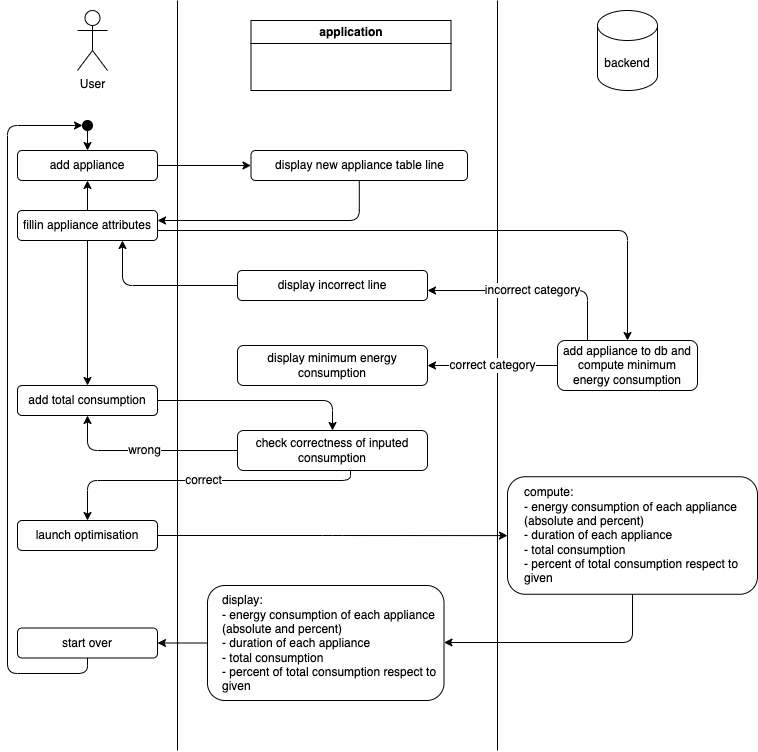
victorduthoit/wattsup keeps this draw.io diagram as docs/xp-use-case.png. Above is the earlier version. Source tidied: cells renumbered, new cells last; positions are measured from the earlier drawing's top-left corner, leaving out a move shared by most shapes.
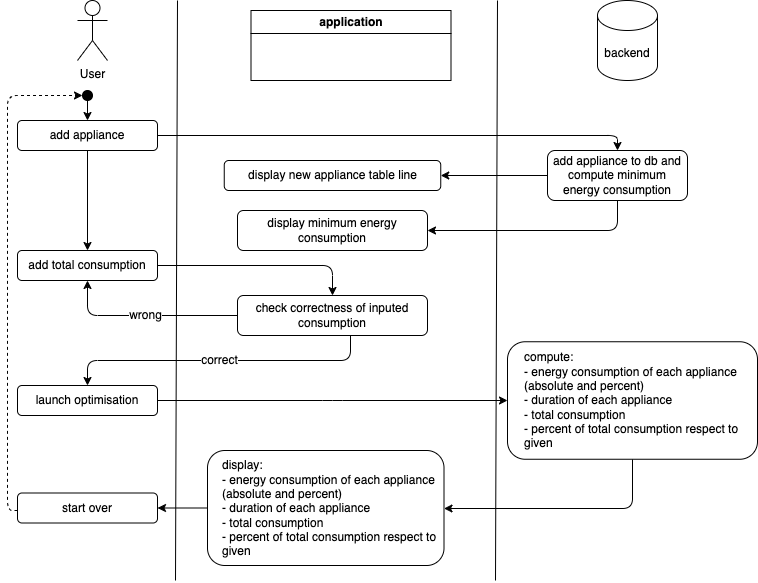
The same diagram one commit later.

Commit message:
docs(usecases): :memo: update usecases diagram

Change to the diagram source:
```diff
@@ -3,24 +3,24 @@
     <mxCell id="0" />
     <mxCell id="1" parent="0" />
     <mxCell id="2" value="User" style="shape=umlActor;html=1;verticalLabelPosition=bottom;verticalAlign=top;align=center;" parent="1" vertex="1">
-      <mxGeometry x="70" y="10" width="30" height="60" as="geometry" />
+      <mxGeometry x="70" y="30" width="30" height="60" as="geometry" />
     </mxCell>
     <mxCell id="3" value="backend" style="shape=cylinder3;whiteSpace=wrap;html=1;boundedLbl=1;backgroundOutline=1;size=15;" parent="1" vertex="1">
-      <mxGeometry x="590" y="10" width="60" height="80" as="geometry" />
+      <mxGeometry x="590" y="30" width="60" height="80" as="geometry" />
     </mxCell>
     <mxCell id="4" value="application" style="swimlane;whiteSpace=wrap;html=1;" parent="1" vertex="1">
-      <mxGeometry x="243.5" y="20" width="200" height="70" as="geometry" />
+      <mxGeometry x="243.5" y="40" width="200" height="70" as="geometry" />
     </mxCell>
     <mxCell id="5" style="endArrow=none;html=1;" parent="1" edge="1">
       <mxGeometry relative="1" as="geometry">
-        <mxPoint x="170" y="750" as="sourcePoint" />
-        <mxPoint x="170" as="targetPoint" />
+        <mxPoint x="168" y="610" as="sourcePoint" />
+        <mxPoint x="170" y="30" as="targetPoint" />
       </mxGeometry>
     </mxCell>
     <mxCell id="6" style="endArrow=none;html=1;" parent="1" edge="1">
       <mxGeometry relative="1" as="geometry">
-        <mxPoint x="490" y="750" as="sourcePoint" />
-        <mxPoint x="490" as="targetPoint" />
+        <mxPoint x="488" y="610" as="sourcePoint" />
+        <mxPoint x="490" y="30" as="targetPoint" />
       </mxGeometry>
     </mxCell>
     <mxCell id="7" style="edgeStyle=orthogonalEdgeStyle;html=1;" parent="1" edge="1" source="8" target="10">
@@ -29,43 +29,27 @@
     <mxCell id="8" style="ellipse;whiteSpace=wrap;html=1;gradientColor=none;fillColor=#000000;" parent="1" vertex="1">
       <mxGeometry x="75" y="120" width="10" height="10" as="geometry" />
     </mxCell>
-    <mxCell id="9" style="edgeStyle=orthogonalEdgeStyle;html=1;entryX=0;entryY=0.5;entryDx=0;entryDy=0;fontFamily=Helvetica;fontSize=12;fontColor=default;" parent="1" edge="1" source="10" target="12">
-      <mxGeometry relative="1" as="geometry" />
+    <mxCell id="9" style="edgeStyle=orthogonalEdgeStyle;html=1;fontFamily=Helvetica;fontSize=12;fontColor=default;" parent="1" edge="1" source="10" target="26">
+      <mxGeometry relative="1" as="geometry">
+        <Array as="points">
+          <mxPoint x="610" y="165" />
+        </Array>
+      </mxGeometry>
     </mxCell>
     <mxCell id="10" value="add appliance" style="rounded=1;whiteSpace=wrap;html=1;" parent="1" vertex="1">
       <mxGeometry x="10" y="150" width="140" height="30" as="geometry" />
     </mxCell>
-    <mxCell id="11" style="edgeStyle=orthogonalEdgeStyle;html=1;fontFamily=Helvetica;fontSize=12;fontColor=default;" parent="1" edge="1" source="12" target="16">
-      <mxGeometry relative="1" as="geometry">
-        <Array as="points">
-          <mxPoint x="352" y="220" />
-        </Array>
-      </mxGeometry>
-    </mxCell>
     <mxCell id="12" value="display new appliance table line" style="rounded=1;whiteSpace=wrap;html=1;" parent="1" vertex="1">
-      <mxGeometry x="243.5" y="150" width="216.5" height="30" as="geometry" />
+      <mxGeometry x="216.8" y="190" width="216.5" height="30" as="geometry" />
     </mxCell>
-    <mxCell id="13" style="edgeStyle=orthogonalEdgeStyle;html=1;fontFamily=Helvetica;fontSize=12;fontColor=default;" parent="1" edge="1" source="16" target="10">
-      <mxGeometry relative="1" as="geometry" />
-    </mxCell>
-    <mxCell id="14" style="edgeStyle=orthogonalEdgeStyle;html=1;fontFamily=Helvetica;fontSize=12;fontColor=default;" parent="1" edge="1" source="16" target="18">
+    <mxCell id="14" style="edgeStyle=orthogonalEdgeStyle;html=1;fontFamily=Helvetica;fontSize=12;fontColor=default;" parent="1" edge="1" source="10" target="18">
       <mxGeometry relative="1" as="geometry" />
     </mxCell>
-    <mxCell id="15" style="edgeStyle=orthogonalEdgeStyle;html=1;fontFamily=Helvetica;fontSize=12;fontColor=default;" parent="1" edge="1" source="16" target="26">
-      <mxGeometry relative="1" as="geometry">
-        <Array as="points">
-          <mxPoint x="620" y="230" />
-        </Array>
-      </mxGeometry>
-    </mxCell>
-    <mxCell id="16" value="fillin appliance attributes" style="rounded=1;whiteSpace=wrap;html=1;" parent="1" vertex="1">
-      <mxGeometry x="10" y="210" width="140" height="30" as="geometry" />
-    </mxCell>
     <mxCell id="17" style="edgeStyle=orthogonalEdgeStyle;html=1;fontFamily=Helvetica;fontSize=12;fontColor=default;" parent="1" edge="1" source="18" target="21">
       <mxGeometry relative="1" as="geometry" />
     </mxCell>
     <mxCell id="18" value="add total consumption" style="rounded=1;whiteSpace=wrap;html=1;" parent="1" vertex="1">
-      <mxGeometry x="10" y="385" width="140" height="30" as="geometry" />
+      <mxGeometry x="10" y="280" width="140" height="30" as="geometry" />
     </mxCell>
     <mxCell id="19" value="wrong" style="edgeStyle=orthogonalEdgeStyle;html=1;fontFamily=Helvetica;fontSize=12;fontColor=default;" parent="1" edge="1" source="21" target="18">
       <mxGeometry relative="1" as="geometry" />
@@ -73,68 +57,62 @@
     <mxCell id="20" value="correct" style="edgeStyle=orthogonalEdgeStyle;html=1;entryX=0.5;entryY=0;entryDx=0;entryDy=0;fontFamily=Helvetica;fontSize=12;fontColor=default;" parent="1" edge="1" source="21" target="23">
       <mxGeometry relative="1" as="geometry">
         <Array as="points">
-          <mxPoint x="343" y="480" />
-          <mxPoint x="80" y="480" />
+          <mxPoint x="343" y="390" />
+          <mxPoint x="80" y="390" />
         </Array>
       </mxGeometry>
     </mxCell>
     <mxCell id="21" value="check correctness of inputed consumption" style="rounded=1;whiteSpace=wrap;html=1;" parent="1" vertex="1">
-      <mxGeometry x="230" y="430" width="190" height="40" as="geometry" />
+      <mxGeometry x="230" y="325" width="190" height="40" as="geometry" />
     </mxCell>
     <mxCell id="22" style="edgeStyle=orthogonalEdgeStyle;html=1;fontFamily=Helvetica;fontSize=12;fontColor=default;" parent="1" edge="1" source="23" target="29">
       <mxGeometry relative="1" as="geometry" />
     </mxCell>
     <mxCell id="23" value="launch optimisation" style="rounded=1;whiteSpace=wrap;html=1;" parent="1" vertex="1">
-      <mxGeometry x="10" y="520" width="140" height="30" as="geometry" />
+      <mxGeometry x="10" y="415" width="140" height="30" as="geometry" />
     </mxCell>
-    <mxCell id="24" value="correct category" style="edgeStyle=orthogonalEdgeStyle;html=1;fontFamily=Helvetica;fontSize=12;fontColor=default;" parent="1" edge="1" source="26" target="27">
-      <mxGeometry relative="1" as="geometry" />
+    <mxCell id="24" style="edgeStyle=orthogonalEdgeStyle;html=1;fontFamily=Helvetica;fontSize=12;fontColor=default;" parent="1" edge="1" source="26" target="27">
+      <mxGeometry relative="1" as="geometry">
+        <Array as="points">
+          <mxPoint x="610" y="260" />
+        </Array>
+      </mxGeometry>
     </mxCell>
-    <mxCell id="25" value="incorrect category" style="edgeStyle=orthogonalEdgeStyle;html=1;fontFamily=Helvetica;fontSize=12;fontColor=default;" parent="1" edge="1" source="26" target="33">
-      <mxGeometry relative="1" as="geometry">
-        <Array as="points">
-          <mxPoint x="580" y="290" />
-        </Array>
-      </mxGeometry>
-    </mxCell>
+    <mxCell id="36" style="edgeStyle=orthogonalEdgeStyle;html=1;" parent="1" edge="1" source="26" target="12">
+      <mxGeometry relative="1" as="geometry" />
+    </mxCell>
     <mxCell id="26" value="add appliance to db and compute minimum energy consumption" style="rounded=1;whiteSpace=wrap;html=1;" parent="1" vertex="1">
-      <mxGeometry x="550" y="340" width="140" height="50" as="geometry" />
+      <mxGeometry x="540" y="180" width="140" height="50" as="geometry" />
     </mxCell>
     <mxCell id="27" value="display minimum energy consumption" style="rounded=1;whiteSpace=wrap;html=1;" parent="1" vertex="1">
-      <mxGeometry x="230" y="345" width="190" height="40" as="geometry" />
+      <mxGeometry x="230" y="240" width="190" height="40" as="geometry" />
     </mxCell>
     <mxCell id="28" style="edgeStyle=orthogonalEdgeStyle;html=1;fontFamily=Helvetica;fontSize=12;fontColor=default;" parent="1" edge="1" source="29" target="31">
       <mxGeometry relative="1" as="geometry">
         <Array as="points">
-          <mxPoint x="625" y="642" />
+          <mxPoint x="625" y="538" />
         </Array>
       </mxGeometry>
     </mxCell>
     <mxCell id="29" value="compute:&lt;br&gt;- energy consumption of each appliance (absolute and percent)&lt;br&gt;- duration of each appliance&lt;br&gt;- total consumption&lt;br&gt;- percent of total consumption respect to given" style="rounded=1;whiteSpace=wrap;html=1;align=left;spacingLeft=15;" parent="1" vertex="1">
-      <mxGeometry x="500" y="476.2" width="250" height="117.5" as="geometry" />
+      <mxGeometry x="500" y="371.2" width="250" height="117.5" as="geometry" />
     </mxCell>
     <mxCell id="30" style="edgeStyle=orthogonalEdgeStyle;html=1;fontFamily=Helvetica;fontSize=12;fontColor=default;" parent="1" edge="1" source="31" target="35">
       <mxGeometry relative="1" as="geometry" />
     </mxCell>
     <mxCell id="31" value="display:&lt;br&gt;&lt;span style=&quot;&quot;&gt;- energy consumption of each appliance (absolute and percent)&lt;/span&gt;&lt;br style=&quot;border-color: var(--border-color);&quot;&gt;&lt;span style=&quot;&quot;&gt;- duration of each appliance&lt;/span&gt;&lt;br style=&quot;border-color: var(--border-color);&quot;&gt;&lt;span style=&quot;&quot;&gt;- total consumption&lt;/span&gt;&lt;br style=&quot;border-color: var(--border-color);&quot;&gt;&lt;span style=&quot;&quot;&gt;- percent of total consumption respect to given&lt;/span&gt;" style="rounded=1;whiteSpace=wrap;html=1;align=left;spacingLeft=13;" parent="1" vertex="1">
-      <mxGeometry x="200" y="585" width="236.5" height="115" as="geometry" />
+      <mxGeometry x="200" y="480" width="236.5" height="115" as="geometry" />
     </mxCell>
-    <mxCell id="32" style="edgeStyle=orthogonalEdgeStyle;html=1;entryX=0.75;entryY=1;entryDx=0;entryDy=0;fontFamily=Helvetica;fontSize=12;fontColor=default;" parent="1" edge="1" source="33" target="16">
-      <mxGeometry relative="1" as="geometry" />
-    </mxCell>
-    <mxCell id="33" value="display incorrect line" style="rounded=1;whiteSpace=wrap;html=1;" parent="1" vertex="1">
-      <mxGeometry x="230" y="270" width="190" height="30" as="geometry" />
-    </mxCell>
-    <mxCell id="34" style="edgeStyle=orthogonalEdgeStyle;html=1;entryX=0;entryY=0.5;entryDx=0;entryDy=0;fontFamily=Helvetica;fontSize=12;fontColor=default;" parent="1" edge="1" source="35" target="8">
+    <mxCell id="34" style="edgeStyle=orthogonalEdgeStyle;html=1;entryX=0;entryY=0.5;entryDx=0;entryDy=0;fontFamily=Helvetica;fontSize=12;fontColor=default;dashed=1;" parent="1" edge="1" source="35" target="8">
       <mxGeometry relative="1" as="geometry">
         <Array as="points">
-          <mxPoint y="673" />
+          <mxPoint y="540" />
           <mxPoint y="125" />
         </Array>
       </mxGeometry>
     </mxCell>
     <mxCell id="35" value="start over" style="rounded=1;whiteSpace=wrap;html=1;" parent="1" vertex="1">
-      <mxGeometry x="10" y="627.5" width="140" height="30" as="geometry" />
+      <mxGeometry x="10" y="522.5" width="140" height="30" as="geometry" />
     </mxCell>
   </root>
 </mxGraphModel>
```
